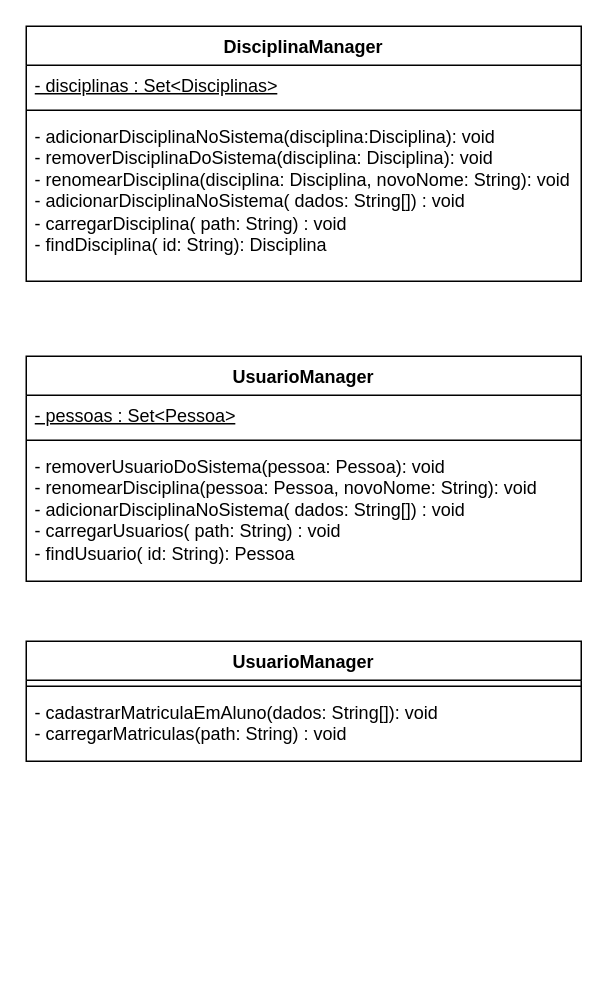
Earlier version of the draw.io diagram projeto/diagrama_de_classes/diagrama_classe_managers.drawio (Suvacco/AGS). Source tidied: cells renumbered, new cells numbered last; positions are measured from the earlier drawing's top-left corner, leaving out a move shared by most shapes. Both pictures are drawn from the tidied source at 150%, with x=0, y=0 at pixel (26, 26).
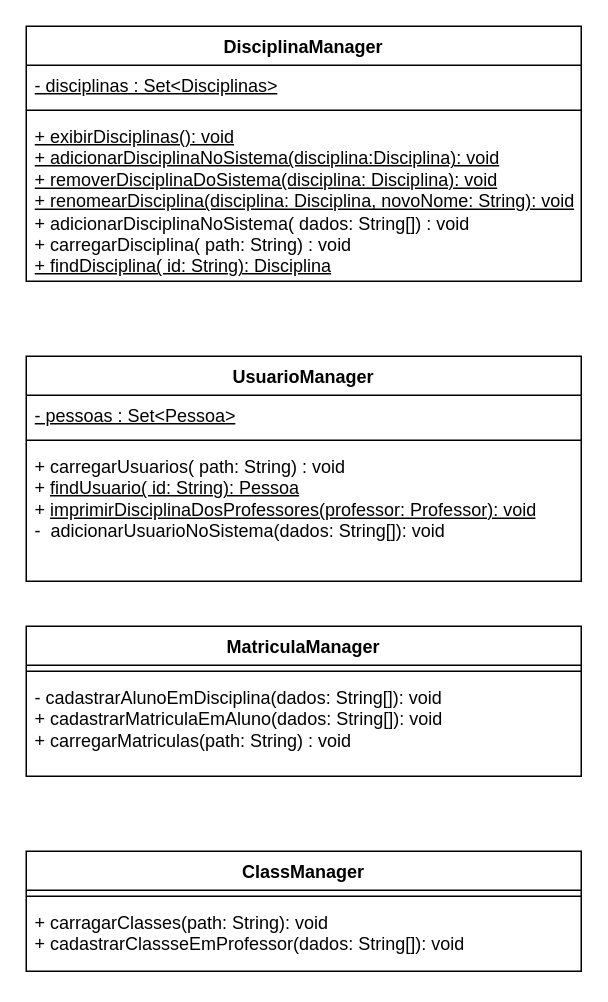
After the change.

Commit message (it also covers changes not shown here):
Atualizando diagramas de classe

The edit, as a diff of the source:
```diff
@@
 <mxGraphModel>
   <root>
     <mxCell id="0" />
     <mxCell id="1" parent="0" />
     <mxCell id="2" value="DisciplinaManager" style="swimlane;fontStyle=1;align=center;verticalAlign=top;horizontal=1;startSize=26;whiteSpace=wrap;html=1;" parent="1" vertex="1">
       <mxGeometry width="370" height="170" as="geometry" />
     </mxCell>
     <mxCell id="3" value="&lt;u&gt;- disciplinas : Set&amp;lt;Disciplinas&amp;gt;&lt;/u&gt;" style="text;strokeColor=none;fillColor=none;align=left;verticalAlign=top;spacingLeft=4;spacingRight=4;overflow=hidden;whiteSpace=wrap;html=1;" parent="2" vertex="1">
       <mxGeometry y="26" width="370" height="26" as="geometry" />
     </mxCell>
     <mxCell id="4" style="line;strokeWidth=1;fillColor=none;align=left;verticalAlign=middle;spacingTop=-1;spacingLeft=3;spacingRight=3;labelPosition=right;strokeColor=inherit;" parent="2" vertex="1">
       <mxGeometry y="52" width="370" height="8" as="geometry" />
     </mxCell>
-    <mxCell id="5" value="&lt;div&gt;- adicionarDisciplinaNoSistema(disciplina:Disciplina): void&lt;br&gt;&lt;/div&gt;&lt;div&gt;- removerDisciplinaDoSistema(disciplina: Disciplina): void&lt;/div&gt;&lt;div&gt;- renomearDisciplina(disciplina: Disciplina, novoNome: String): void&lt;/div&gt;&lt;div&gt;- adicionarDisciplinaNoSistema( dados: String[]) : void&lt;/div&gt;&lt;div&gt;- carregarDisciplina( path: String) : void&lt;/div&gt;&lt;div&gt;- findDisciplina( id: String): Disciplina&lt;br&gt;&lt;/div&gt;" style="text;strokeColor=none;fillColor=none;align=left;verticalAlign=top;spacingLeft=4;spacingRight=4;overflow=hidden;whiteSpace=wrap;html=1;" parent="2" vertex="1">
+    <mxCell id="5" value="&lt;div&gt;&lt;u&gt;+ exibirDisciplinas(): void&lt;/u&gt;&lt;br&gt;&lt;/div&gt;&lt;div&gt;&lt;u&gt;+ adicionarDisciplinaNoSistema(disciplina:Disciplina): void&lt;br&gt;&lt;/u&gt;&lt;/div&gt;&lt;div&gt;&lt;u&gt;+ removerDisciplinaDoSistema(disciplina: Disciplina): void&lt;/u&gt;&lt;/div&gt;&lt;div&gt;&lt;u&gt;+ renomearDisciplina(disciplina: Disciplina, novoNome: String): void&lt;/u&gt;&lt;/div&gt;&lt;div&gt;+ adicionarDisciplinaNoSistema( dados: String[]) : void&lt;/div&gt;&lt;div&gt;+ carregarDisciplina( path: String) : void&lt;/div&gt;&lt;div&gt;&lt;u&gt;+ findDisciplina( id: String): Disciplina&lt;/u&gt;&lt;br&gt;&lt;/div&gt;" style="text;strokeColor=none;fillColor=none;align=left;verticalAlign=top;spacingLeft=4;spacingRight=4;overflow=hidden;whiteSpace=wrap;html=1;" parent="2" vertex="1">
       <mxGeometry y="60" width="370" height="110" as="geometry" />
     </mxCell>
     <mxCell id="6" value="UsuarioManager" style="swimlane;fontStyle=1;align=center;verticalAlign=top;horizontal=1;startSize=26;whiteSpace=wrap;html=1;" parent="1" vertex="1">
       <mxGeometry y="220" width="370" height="150" as="geometry" />
     </mxCell>
     <mxCell id="7" value="&lt;u&gt;- pessoas : Set&amp;lt;Pessoa&amp;gt;&lt;/u&gt;" style="text;strokeColor=none;fillColor=none;align=left;verticalAlign=top;spacingLeft=4;spacingRight=4;overflow=hidden;whiteSpace=wrap;html=1;" parent="6" vertex="1">
       <mxGeometry y="26" width="370" height="26" as="geometry" />
     </mxCell>
     <mxCell id="8" style="line;strokeWidth=1;fillColor=none;align=left;verticalAlign=middle;spacingTop=-1;spacingLeft=3;spacingRight=3;labelPosition=right;strokeColor=inherit;" parent="6" vertex="1">
       <mxGeometry y="52" width="370" height="8" as="geometry" />
     </mxCell>
-    <mxCell id="9" value="- removerUsuarioDoSistema(pessoa: Pessoa): void&lt;div&gt;- renomearDisciplina(pessoa: Pessoa, novoNome: String): void&lt;/div&gt;&lt;div&gt;- adicionarDisciplinaNoSistema( dados: String[]) : void&lt;/div&gt;&lt;div&gt;- carregarUsuarios( path: String) : void&lt;/div&gt;&lt;div&gt;- findUsuario( id: String): Pessoa&lt;br&gt;&lt;/div&gt;" style="text;strokeColor=none;fillColor=none;align=left;verticalAlign=top;spacingLeft=4;spacingRight=4;overflow=hidden;whiteSpace=wrap;html=1;" parent="6" vertex="1">
+    <mxCell id="9" value="+ carregarUsuarios( path: String) : void&lt;div&gt;+ &lt;u&gt;findUsuario( id: String): Pessoa&lt;/u&gt;&lt;/div&gt;&lt;div&gt;+ &lt;u&gt;imprimirDisciplinaDosProfessores(professor: Professor): void&lt;/u&gt;&lt;/div&gt;&lt;div&gt;-&amp;nbsp; adicionarUsuarioNoSistema(dados: String[]): void&lt;br&gt;&lt;/div&gt;" style="text;strokeColor=none;fillColor=none;align=left;verticalAlign=top;spacingLeft=4;spacingRight=4;overflow=hidden;whiteSpace=wrap;html=1;" parent="6" vertex="1">
       <mxGeometry y="60" width="370" height="90" as="geometry" />
     </mxCell>
-    <mxCell id="10" value="UsuarioManager" style="swimlane;fontStyle=1;align=center;verticalAlign=top;horizontal=1;startSize=26;whiteSpace=wrap;html=1;" parent="1" vertex="1">
-      <mxGeometry y="410" width="370" height="80" as="geometry" />
+    <mxCell id="10" value="MatriculaManager" style="swimlane;fontStyle=1;align=center;verticalAlign=top;horizontal=1;startSize=26;whiteSpace=wrap;html=1;" parent="1" vertex="1">
+      <mxGeometry y="400" width="370" height="100" as="geometry" />
     </mxCell>
     <mxCell id="11" style="line;strokeWidth=1;fillColor=none;align=left;verticalAlign=middle;spacingTop=-1;spacingLeft=3;spacingRight=3;labelPosition=right;strokeColor=inherit;" parent="10" vertex="1">
       <mxGeometry y="26" width="370" height="8" as="geometry" />
     </mxCell>
-    <mxCell id="12" value="&lt;div&gt;- cadastrarMatriculaEmAluno(dados: String[]): void&lt;/div&gt;&lt;div&gt;- carregarMatriculas(path: String) : void&lt;br&gt;&lt;/div&gt;" style="text;strokeColor=none;fillColor=none;align=left;verticalAlign=top;spacingLeft=4;spacingRight=4;overflow=hidden;whiteSpace=wrap;html=1;" parent="10" vertex="1">
-      <mxGeometry y="34" width="370" height="46" as="geometry" />
+    <mxCell id="12" value="&lt;div&gt;- cadastrarAlunoEmDisciplina(dados: String[]): void&lt;/div&gt;&lt;div&gt;+ cadastrarMatriculaEmAluno(dados: String[]): void&lt;br&gt;&lt;/div&gt;&lt;div&gt;+ carregarMatriculas(path: String) : void&lt;br&gt;&lt;/div&gt;" style="text;strokeColor=none;fillColor=none;align=left;verticalAlign=top;spacingLeft=4;spacingRight=4;overflow=hidden;whiteSpace=wrap;html=1;" parent="10" vertex="1">
+      <mxGeometry y="34" width="370" height="66" as="geometry" />
     </mxCell>
+    <mxCell id="13" value="ClassManager" style="swimlane;fontStyle=1;align=center;verticalAlign=top;horizontal=1;startSize=26;whiteSpace=wrap;html=1;" parent="1" vertex="1">
+      <mxGeometry y="550" width="370" height="80" as="geometry" />
+    </mxCell>
+    <mxCell id="14" style="line;strokeWidth=1;fillColor=none;align=left;verticalAlign=middle;spacingTop=-1;spacingLeft=3;spacingRight=3;labelPosition=right;strokeColor=inherit;" parent="13" vertex="1">
+      <mxGeometry y="26" width="370" height="8" as="geometry" />
+    </mxCell>
+    <mxCell id="15" value="&lt;div&gt;+ carragarClasses(path: String): void&lt;/div&gt;&lt;div&gt;+ cadastrarClassseEmProfessor(dados: String[]): void&lt;br&gt;&lt;/div&gt;" style="text;strokeColor=none;fillColor=none;align=left;verticalAlign=top;spacingLeft=4;spacingRight=4;overflow=hidden;whiteSpace=wrap;html=1;" parent="13" vertex="1">
+      <mxGeometry y="34" width="370" height="46" as="geometry" />
+    </mxCell>
   </root>
 </mxGraphModel>
```
